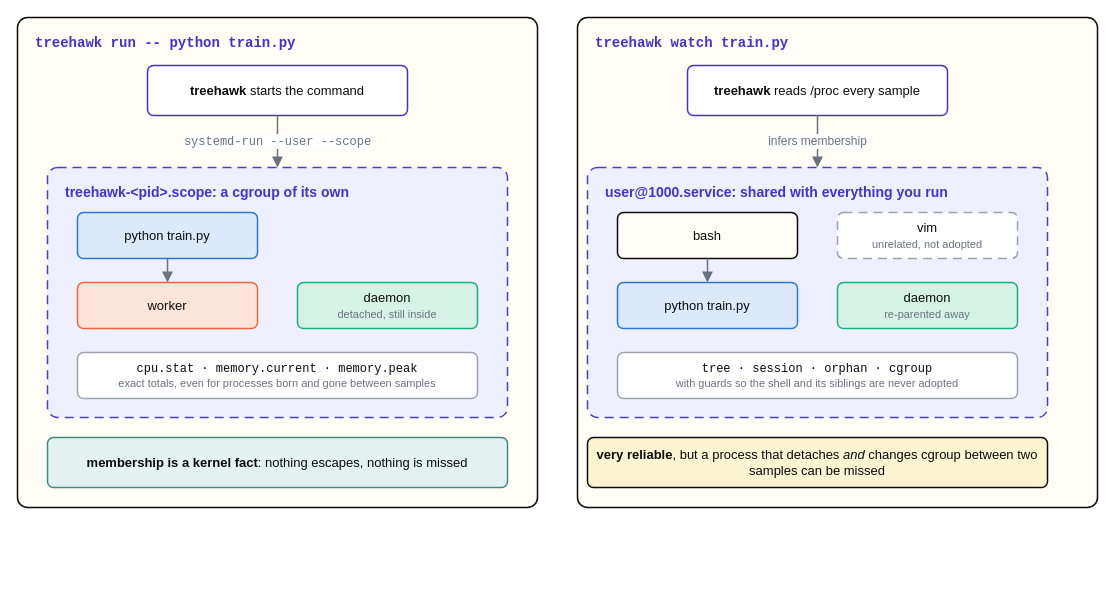
ibadrather/treehawk keeps this draw.io diagram as docs/assets/diagrams/run-vs-watch.drawio. Above is the earlier version. Source tidied: cells renumbered, new cells numbered last; positions are measured from the earlier drawing's top-left corner, leaving out a move shared by most shapes. Both pictures are drawn from the tidied source at 100%, with x=0, y=0 at pixel (17, 17).
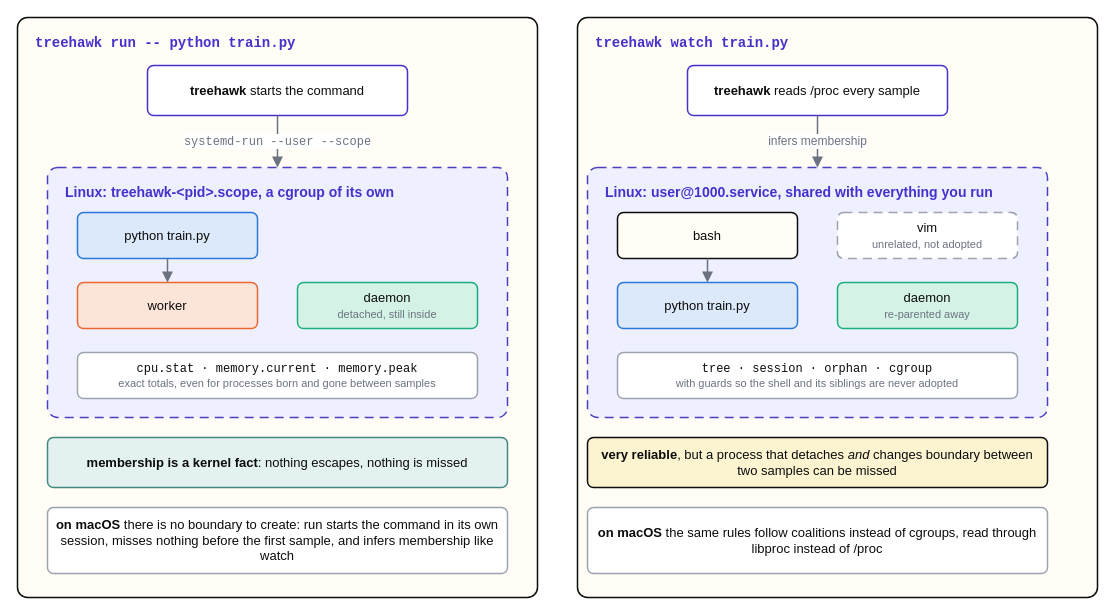
The same diagram, later.

What changed in the source:
```diff
@@
     <mxCell id="2" value="&lt;span style=&quot;font-family:monospace&quot;&gt;treehawk run -- python train.py&lt;/span&gt;" style="rounded=1;arcSize=12;absoluteArcSize=1;whiteSpace=wrap;html=1;fillColor=#FFFDF5;strokeColor=#0C0C0C;strokeWidth=1.5;fontSize=14;fontColor=#0C0C0C;align=left;verticalAlign=middle;spacing=8;fontFamily=Helvetica;verticalAlign=top;spacingLeft=10;spacingTop=4;fontStyle=1;arcSize=20;fontColor=#4531CC;" parent="1" vertex="1">
-      <mxGeometry width="520" height="490" as="geometry" />
+      <mxGeometry width="520" height="580" as="geometry" />
     </mxCell>
     <mxCell id="3" value="&lt;span style=&quot;font-family:monospace&quot;&gt;treehawk watch train.py&lt;/span&gt;" style="rounded=1;arcSize=12;absoluteArcSize=1;whiteSpace=wrap;html=1;fillColor=#FFFDF5;strokeColor=#0C0C0C;strokeWidth=1.5;fontSize=14;fontColor=#0C0C0C;align=left;verticalAlign=middle;spacing=8;fontFamily=Helvetica;verticalAlign=top;spacingLeft=10;spacingTop=4;fontStyle=1;arcSize=20;fontColor=#4531CC;" parent="1" vertex="1">
-      <mxGeometry x="560" width="520" height="490" as="geometry" />
+      <mxGeometry x="560" width="520" height="580" as="geometry" />
     </mxCell>
@@
-    <mxCell id="5" value="treehawk-&amp;lt;pid&amp;gt;.scope: a cgroup of its own" style="rounded=1;arcSize=12;absoluteArcSize=1;whiteSpace=wrap;html=1;fillColor=#EEF0FF;strokeColor=#4B3FBF;strokeWidth=1.5;fontSize=14;fontColor=#0C0C0C;align=left;verticalAlign=middle;spacing=8;fontFamily=Helvetica;dashed=1;dashPattern=6 4;verticalAlign=top;spacingLeft=10;spacingTop=4;fontStyle=1;arcSize=20;fontColor=#4531CC;" parent="1" vertex="1">
+    <mxCell id="5" value="Linux: treehawk-&amp;lt;pid&amp;gt;.scope, a cgroup of its own" style="rounded=1;arcSize=12;absoluteArcSize=1;whiteSpace=wrap;html=1;fillColor=#EEF0FF;strokeColor=#4B3FBF;strokeWidth=1.5;fontSize=14;fontColor=#0C0C0C;align=left;verticalAlign=middle;spacing=8;fontFamily=Helvetica;dashed=1;dashPattern=6 4;verticalAlign=top;spacingLeft=10;spacingTop=4;fontStyle=1;arcSize=20;fontColor=#4531CC;" parent="1" vertex="1">
       <mxGeometry x="30" y="150" width="460" height="250" as="geometry" />
     </mxCell>
@@
-    <mxCell id="14" value="user@1000.service: shared with everything you run" style="rounded=1;arcSize=12;absoluteArcSize=1;whiteSpace=wrap;html=1;fillColor=#EEF0FF;strokeColor=#4B3FBF;strokeWidth=1.5;fontSize=14;fontColor=#0C0C0C;align=left;verticalAlign=middle;spacing=8;fontFamily=Helvetica;dashed=1;dashPattern=6 4;verticalAlign=top;spacingLeft=10;spacingTop=4;fontStyle=1;arcSize=20;fontColor=#4531CC;" parent="1" vertex="1">
+    <mxCell id="14" value="Linux: user@1000.service, shared with everything you run" style="rounded=1;arcSize=12;absoluteArcSize=1;whiteSpace=wrap;html=1;fillColor=#EEF0FF;strokeColor=#4B3FBF;strokeWidth=1.5;fontSize=14;fontColor=#0C0C0C;align=left;verticalAlign=middle;spacing=8;fontFamily=Helvetica;dashed=1;dashPattern=6 4;verticalAlign=top;spacingLeft=10;spacingTop=4;fontStyle=1;arcSize=20;fontColor=#4531CC;" parent="1" vertex="1">
       <mxGeometry x="570" y="150" width="460" height="250" as="geometry" />
     </mxCell>
@@
-    <mxCell id="22" value="&lt;b&gt;very reliable&lt;/b&gt;, but a process that detaches &lt;i&gt;and&lt;/i&gt; changes cgroup between two samples can be missed" style="rounded=1;arcSize=12;absoluteArcSize=1;whiteSpace=wrap;html=1;fillColor=#FCF3D1;strokeColor=#0C0C0C;strokeWidth=1.5;fontSize=13;fontColor=#0C0C0C;align=center;verticalAlign=middle;spacing=8;fontFamily=Helvetica;" parent="1" vertex="1">
+    <mxCell id="22" value="&lt;b&gt;very reliable&lt;/b&gt;, but a process that detaches &lt;i&gt;and&lt;/i&gt; changes boundary between two samples can be missed" style="rounded=1;arcSize=12;absoluteArcSize=1;whiteSpace=wrap;html=1;fillColor=#FCF3D1;strokeColor=#0C0C0C;strokeWidth=1.5;fontSize=13;fontColor=#0C0C0C;align=center;verticalAlign=middle;spacing=8;fontFamily=Helvetica;" parent="1" vertex="1">
       <mxGeometry x="570" y="420" width="460" height="50" as="geometry" />
     </mxCell>
+    <mxCell id="23" value="&lt;b&gt;on macOS&lt;/b&gt; there is no boundary to create: run starts the command in its own session, misses nothing before the first sample, and infers membership like watch" style="rounded=1;arcSize=12;absoluteArcSize=1;whiteSpace=wrap;html=1;fillColor=#FFFFFF;strokeColor=#9CA3AF;strokeWidth=1.5;fontSize=13;fontColor=#0C0C0C;align=center;verticalAlign=middle;spacing=8;fontFamily=Helvetica;" parent="1" vertex="1">
+      <mxGeometry x="30" y="490" width="460" height="66" as="geometry" />
+    </mxCell>
+    <mxCell id="24" value="&lt;b&gt;on macOS&lt;/b&gt; the same rules follow coalitions instead of cgroups, read through libproc instead of /proc" style="rounded=1;arcSize=12;absoluteArcSize=1;whiteSpace=wrap;html=1;fillColor=#FFFFFF;strokeColor=#9CA3AF;strokeWidth=1.5;fontSize=13;fontColor=#0C0C0C;align=center;verticalAlign=middle;spacing=8;fontFamily=Helvetica;" parent="1" vertex="1">
+      <mxGeometry x="570" y="490" width="460" height="66" as="geometry" />
+    </mxCell>
```
